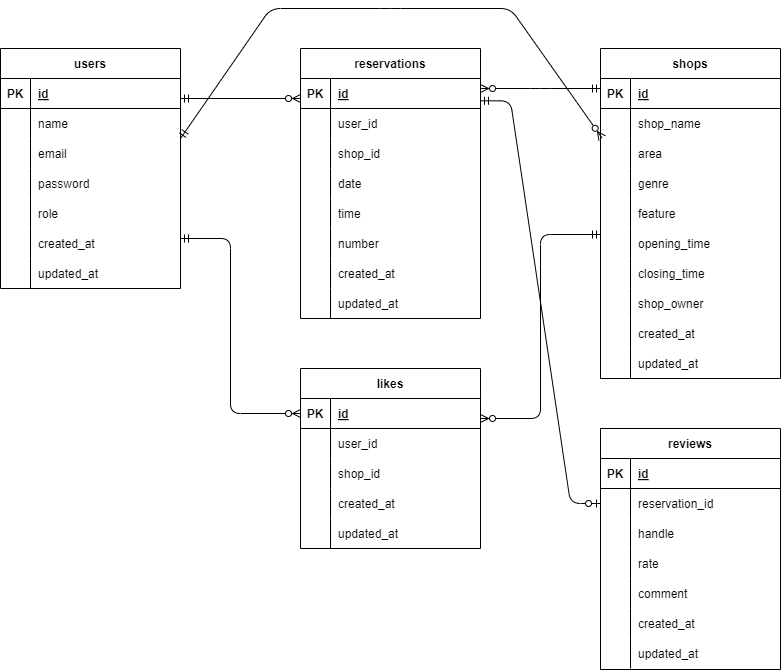
The draw.io diagram er.drawio.png in HarukoS/Rese, before a commit. Source tidied: cells renumbered, new cells last; positions are measured from the earlier drawing's top-left corner, leaving out a move shared by most shapes.
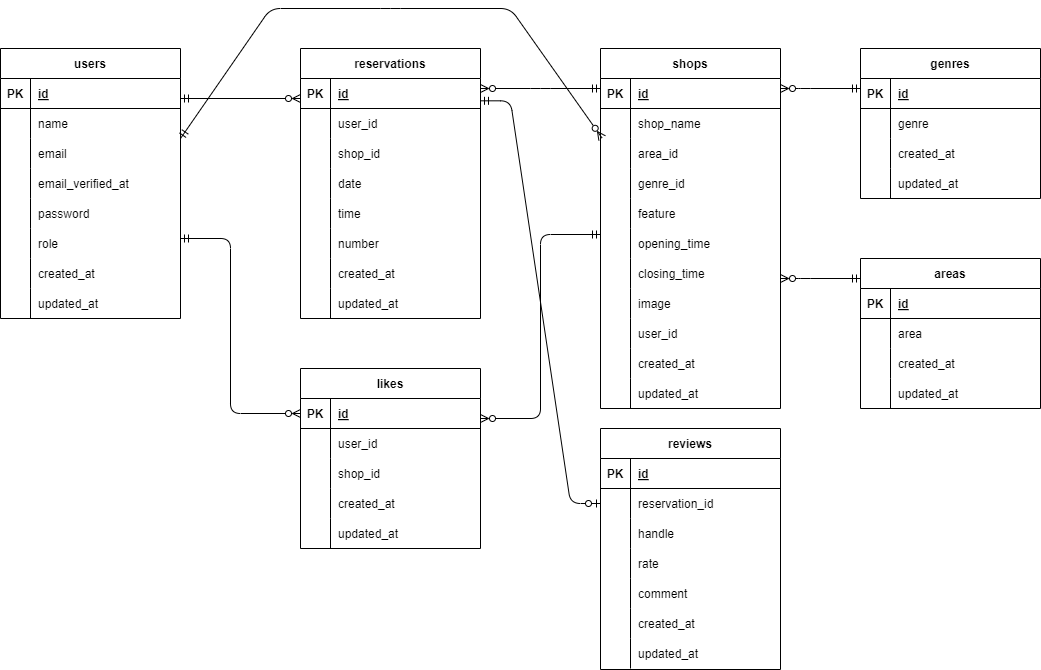
The same diagram one commit later.

Change to the diagram source:
```diff
@@ -3,7 +3,7 @@
     <mxCell id="0" />
     <mxCell id="1" parent="0" />
     <mxCell id="2" value="users" style="shape=table;startSize=30;rowLines=0;fontStyle=1;align=center;" parent="1" vertex="1">
-      <mxGeometry y="40" width="180" height="240" as="geometry" />
+      <mxGeometry y="40" width="180" height="270" as="geometry" />
     </mxCell>
     <mxCell id="3" style="shape=tableRow;horizontal=0;startSize=0;swimlaneHead=0;swimlaneBody=0;fillColor=none;top=0;left=0;right=0;bottom=1;" parent="2" vertex="1">
       <mxGeometry y="30" width="180" height="30" as="geometry" />
@@ -38,7 +38,7 @@
     <mxCell id="13" style="shape=partialRectangle;fillColor=none;top=0;left=0;bottom=0;right=0;overflow=hidden;" parent="12" vertex="1">
       <mxGeometry width="30" height="30" as="geometry" />
     </mxCell>
-    <mxCell id="14" value="password" style="shape=partialRectangle;fillColor=none;top=0;left=0;bottom=0;right=0;align=left;spacingLeft=6;overflow=hidden;" parent="12" vertex="1">
+    <mxCell id="14" value="email_verified_at" style="shape=partialRectangle;fillColor=none;top=0;left=0;bottom=0;right=0;align=left;spacingLeft=6;overflow=hidden;" parent="12" vertex="1">
       <mxGeometry x="30" width="150" height="30" as="geometry" />
     </mxCell>
     <mxCell id="15" style="shape=tableRow;horizontal=0;startSize=0;swimlaneHead=0;swimlaneBody=0;fillColor=none;top=0;left=0;right=0;bottom=0;" parent="2" vertex="1">
@@ -47,7 +47,7 @@
     <mxCell id="16" style="shape=partialRectangle;fillColor=none;top=0;left=0;bottom=0;right=0;overflow=hidden;" parent="15" vertex="1">
       <mxGeometry width="30" height="30" as="geometry" />
     </mxCell>
-    <mxCell id="17" value="role" style="shape=partialRectangle;fillColor=none;top=0;left=0;bottom=0;right=0;align=left;spacingLeft=6;overflow=hidden;" parent="15" vertex="1">
+    <mxCell id="17" value="password" style="shape=partialRectangle;fillColor=none;top=0;left=0;bottom=0;right=0;align=left;spacingLeft=6;overflow=hidden;" parent="15" vertex="1">
       <mxGeometry x="30" width="150" height="30" as="geometry" />
     </mxCell>
     <mxCell id="18" style="shape=tableRow;horizontal=0;startSize=0;swimlaneHead=0;swimlaneBody=0;fillColor=none;top=0;left=0;right=0;bottom=0;" parent="2" vertex="1">
@@ -56,7 +56,7 @@
     <mxCell id="19" style="shape=partialRectangle;fillColor=none;top=0;left=0;bottom=0;right=0;overflow=hidden;" parent="18" vertex="1">
       <mxGeometry width="30" height="30" as="geometry" />
     </mxCell>
-    <mxCell id="20" value="created_at" style="shape=partialRectangle;fillColor=none;top=0;left=0;bottom=0;right=0;align=left;spacingLeft=6;overflow=hidden;" parent="18" vertex="1">
+    <mxCell id="20" value="role" style="shape=partialRectangle;fillColor=none;top=0;left=0;bottom=0;right=0;align=left;spacingLeft=6;overflow=hidden;" parent="18" vertex="1">
       <mxGeometry x="30" width="150" height="30" as="geometry" />
     </mxCell>
     <mxCell id="21" style="shape=tableRow;horizontal=0;startSize=0;swimlaneHead=0;swimlaneBody=0;fillColor=none;top=0;left=0;right=0;bottom=0;" parent="2" vertex="1">
@@ -65,9 +65,18 @@
     <mxCell id="22" style="shape=partialRectangle;fillColor=none;top=0;left=0;bottom=0;right=0;overflow=hidden;" parent="21" vertex="1">
       <mxGeometry width="30" height="30" as="geometry" />
     </mxCell>
-    <mxCell id="23" value="updated_at" style="shape=partialRectangle;fillColor=none;top=0;left=0;bottom=0;right=0;align=left;spacingLeft=6;overflow=hidden;" parent="21" vertex="1">
+    <mxCell id="23" value="created_at" style="shape=partialRectangle;fillColor=none;top=0;left=0;bottom=0;right=0;align=left;spacingLeft=6;overflow=hidden;" parent="21" vertex="1">
       <mxGeometry x="30" width="150" height="30" as="geometry" />
     </mxCell>
+    <mxCell id="124" style="shape=tableRow;horizontal=0;startSize=0;swimlaneHead=0;swimlaneBody=0;fillColor=none;top=0;left=0;right=0;bottom=0;" parent="2" vertex="1">
+      <mxGeometry y="240" width="180" height="30" as="geometry" />
+    </mxCell>
+    <mxCell id="125" style="shape=partialRectangle;fillColor=none;top=0;left=0;bottom=0;right=0;overflow=hidden;" parent="124" vertex="1">
+      <mxGeometry width="30" height="30" as="geometry" />
+    </mxCell>
+    <mxCell id="126" value="updated_at" style="shape=partialRectangle;fillColor=none;top=0;left=0;bottom=0;right=0;align=left;spacingLeft=6;overflow=hidden;" parent="124" vertex="1">
+      <mxGeometry x="30" width="150" height="30" as="geometry" />
+    </mxCell>
     <mxCell id="24" value="reservations" style="shape=table;startSize=30;rowLines=0;fontStyle=1;align=center;" parent="1" vertex="1">
       <mxGeometry x="300" y="40" width="180" height="270" as="geometry" />
     </mxCell>
@@ -144,7 +153,7 @@
       <mxGeometry x="30" width="150" height="30" as="geometry" />
     </mxCell>
     <mxCell id="49" value="shops" style="shape=table;startSize=30;rowLines=0;fontStyle=1;align=center;" parent="1" vertex="1">
-      <mxGeometry x="600" y="40" width="180" height="330" as="geometry" />
+      <mxGeometry x="600" y="40" width="180" height="360" as="geometry" />
     </mxCell>
     <mxCell id="50" style="shape=tableRow;horizontal=0;startSize=0;swimlaneHead=0;swimlaneBody=0;fillColor=none;top=0;left=0;right=0;bottom=1;" parent="49" vertex="1">
       <mxGeometry y="30" width="180" height="30" as="geometry" />
@@ -170,7 +179,7 @@
     <mxCell id="57" style="shape=partialRectangle;fillColor=none;top=0;left=0;bottom=0;right=0;overflow=hidden;" parent="56" vertex="1">
       <mxGeometry width="30" height="30" as="geometry" />
     </mxCell>
-    <mxCell id="58" value="area" style="shape=partialRectangle;fillColor=none;top=0;left=0;bottom=0;right=0;align=left;spacingLeft=6;overflow=hidden;" parent="56" vertex="1">
+    <mxCell id="58" value="area_id" style="shape=partialRectangle;fillColor=none;top=0;left=0;bottom=0;right=0;align=left;spacingLeft=6;overflow=hidden;" parent="56" vertex="1">
       <mxGeometry x="30" width="150" height="30" as="geometry" />
     </mxCell>
     <mxCell id="59" style="shape=tableRow;horizontal=0;startSize=0;swimlaneHead=0;swimlaneBody=0;fillColor=none;top=0;left=0;right=0;bottom=0;" parent="49" vertex="1">
@@ -179,7 +188,7 @@
     <mxCell id="60" style="shape=partialRectangle;fillColor=none;top=0;left=0;bottom=0;right=0;overflow=hidden;" parent="59" vertex="1">
       <mxGeometry width="30" height="30" as="geometry" />
     </mxCell>
-    <mxCell id="61" value="genre" style="shape=partialRectangle;fillColor=none;top=0;left=0;bottom=0;right=0;align=left;spacingLeft=6;overflow=hidden;" parent="59" vertex="1">
+    <mxCell id="61" value="genre_id" style="shape=partialRectangle;fillColor=none;top=0;left=0;bottom=0;right=0;align=left;spacingLeft=6;overflow=hidden;" parent="59" vertex="1">
       <mxGeometry x="30" width="150" height="30" as="geometry" />
     </mxCell>
     <mxCell id="62" style="shape=tableRow;horizontal=0;startSize=0;swimlaneHead=0;swimlaneBody=0;fillColor=none;top=0;left=0;right=0;bottom=0;" parent="49" vertex="1">
@@ -215,7 +224,7 @@
     <mxCell id="72" style="shape=partialRectangle;fillColor=none;top=0;left=0;bottom=0;right=0;overflow=hidden;" parent="71" vertex="1">
       <mxGeometry width="30" height="30" as="geometry" />
     </mxCell>
-    <mxCell id="73" value="shop_owner" style="shape=partialRectangle;fillColor=none;top=0;left=0;bottom=0;right=0;align=left;spacingLeft=6;overflow=hidden;" parent="71" vertex="1">
+    <mxCell id="73" value="image" style="shape=partialRectangle;fillColor=none;top=0;left=0;bottom=0;right=0;align=left;spacingLeft=6;overflow=hidden;" parent="71" vertex="1">
       <mxGeometry x="30" width="150" height="30" as="geometry" />
     </mxCell>
     <mxCell id="74" style="shape=tableRow;horizontal=0;startSize=0;swimlaneHead=0;swimlaneBody=0;fillColor=none;top=0;left=0;right=0;bottom=0;" parent="49" vertex="1">
@@ -224,7 +233,7 @@
     <mxCell id="75" style="shape=partialRectangle;fillColor=none;top=0;left=0;bottom=0;right=0;overflow=hidden;" parent="74" vertex="1">
       <mxGeometry width="30" height="30" as="geometry" />
     </mxCell>
-    <mxCell id="76" value="created_at" style="shape=partialRectangle;fillColor=none;top=0;left=0;bottom=0;right=0;align=left;spacingLeft=6;overflow=hidden;" parent="74" vertex="1">
+    <mxCell id="76" value="user_id" style="shape=partialRectangle;fillColor=none;top=0;left=0;bottom=0;right=0;align=left;spacingLeft=6;overflow=hidden;" parent="74" vertex="1">
       <mxGeometry x="30" width="150" height="30" as="geometry" />
     </mxCell>
     <mxCell id="77" style="shape=tableRow;horizontal=0;startSize=0;swimlaneHead=0;swimlaneBody=0;fillColor=none;top=0;left=0;right=0;bottom=0;" parent="49" vertex="1">
@@ -233,9 +242,18 @@
     <mxCell id="78" style="shape=partialRectangle;fillColor=none;top=0;left=0;bottom=0;right=0;overflow=hidden;" parent="77" vertex="1">
       <mxGeometry width="30" height="30" as="geometry" />
     </mxCell>
-    <mxCell id="79" value="updated_at" style="shape=partialRectangle;fillColor=none;top=0;left=0;bottom=0;right=0;align=left;spacingLeft=6;overflow=hidden;" parent="77" vertex="1">
+    <mxCell id="79" value="created_at" style="shape=partialRectangle;fillColor=none;top=0;left=0;bottom=0;right=0;align=left;spacingLeft=6;overflow=hidden;" parent="77" vertex="1">
       <mxGeometry x="30" width="150" height="30" as="geometry" />
     </mxCell>
+    <mxCell id="127" style="shape=tableRow;horizontal=0;startSize=0;swimlaneHead=0;swimlaneBody=0;fillColor=none;top=0;left=0;right=0;bottom=0;" parent="49" vertex="1">
+      <mxGeometry y="330" width="180" height="30" as="geometry" />
+    </mxCell>
+    <mxCell id="128" style="shape=partialRectangle;fillColor=none;top=0;left=0;bottom=0;right=0;overflow=hidden;" parent="127" vertex="1">
+      <mxGeometry width="30" height="30" as="geometry" />
+    </mxCell>
+    <mxCell id="129" value="updated_at" style="shape=partialRectangle;fillColor=none;top=0;left=0;bottom=0;right=0;align=left;spacingLeft=6;overflow=hidden;" parent="127" vertex="1">
+      <mxGeometry x="30" width="150" height="30" as="geometry" />
+    </mxCell>
     <mxCell id="80" style="fontSize=12;html=1;endArrow=ERzeroToMany;startArrow=ERmandOne;endFill=0;" parent="1" edge="1">
       <mxGeometry relative="1" as="geometry">
         <mxPoint x="180" y="90" as="sourcePoint" />
@@ -397,5 +415,101 @@
         </Array>
       </mxGeometry>
     </mxCell>
+    <mxCell id="130" value="genres" style="shape=table;startSize=30;rowLines=0;fontStyle=1;align=center;" parent="1" vertex="1">
+      <mxGeometry x="860" y="40" width="180" height="150" as="geometry" />
+    </mxCell>
+    <mxCell id="131" style="shape=tableRow;horizontal=0;startSize=0;swimlaneHead=0;swimlaneBody=0;fillColor=none;top=0;left=0;right=0;bottom=1;" parent="130" vertex="1">
+      <mxGeometry y="30" width="180" height="30" as="geometry" />
+    </mxCell>
+    <mxCell id="132" value="PK" style="shape=partialRectangle;fillColor=none;top=0;left=0;bottom=0;right=0;fontStyle=1;overflow=hidden;" parent="131" vertex="1">
+      <mxGeometry width="30" height="30" as="geometry" />
+    </mxCell>
+    <mxCell id="133" value="id" style="shape=partialRectangle;fillColor=none;top=0;left=0;bottom=0;right=0;align=left;spacingLeft=6;fontStyle=5;overflow=hidden;" parent="131" vertex="1">
+      <mxGeometry x="30" width="150" height="30" as="geometry" />
+    </mxCell>
+    <mxCell id="134" style="shape=tableRow;horizontal=0;startSize=0;swimlaneHead=0;swimlaneBody=0;fillColor=none;top=0;left=0;right=0;bottom=0;" parent="130" vertex="1">
+      <mxGeometry y="60" width="180" height="30" as="geometry" />
+    </mxCell>
+    <mxCell id="135" style="shape=partialRectangle;fillColor=none;top=0;left=0;bottom=0;right=0;overflow=hidden;" parent="134" vertex="1">
+      <mxGeometry width="30" height="30" as="geometry" />
+    </mxCell>
+    <mxCell id="136" value="genre" style="shape=partialRectangle;fillColor=none;top=0;left=0;bottom=0;right=0;align=left;spacingLeft=6;overflow=hidden;" parent="134" vertex="1">
+      <mxGeometry x="30" width="150" height="30" as="geometry" />
+    </mxCell>
+    <mxCell id="137" style="shape=tableRow;horizontal=0;startSize=0;swimlaneHead=0;swimlaneBody=0;fillColor=none;top=0;left=0;right=0;bottom=0;" parent="130" vertex="1">
+      <mxGeometry y="90" width="180" height="30" as="geometry" />
+    </mxCell>
+    <mxCell id="138" style="shape=partialRectangle;fillColor=none;top=0;left=0;bottom=0;right=0;overflow=hidden;" parent="137" vertex="1">
+      <mxGeometry width="30" height="30" as="geometry" />
+    </mxCell>
+    <mxCell id="139" value="created_at" style="shape=partialRectangle;fillColor=none;top=0;left=0;bottom=0;right=0;align=left;spacingLeft=6;overflow=hidden;" parent="137" vertex="1">
+      <mxGeometry x="30" width="150" height="30" as="geometry" />
+    </mxCell>
+    <mxCell id="140" style="shape=tableRow;horizontal=0;startSize=0;swimlaneHead=0;swimlaneBody=0;fillColor=none;top=0;left=0;right=0;bottom=0;" parent="130" vertex="1">
+      <mxGeometry y="120" width="180" height="30" as="geometry" />
+    </mxCell>
+    <mxCell id="141" style="shape=partialRectangle;fillColor=none;top=0;left=0;bottom=0;right=0;overflow=hidden;" parent="140" vertex="1">
+      <mxGeometry width="30" height="30" as="geometry" />
+    </mxCell>
+    <mxCell id="142" value="updated_at" style="shape=partialRectangle;fillColor=none;top=0;left=0;bottom=0;right=0;align=left;spacingLeft=6;overflow=hidden;" parent="140" vertex="1">
+      <mxGeometry x="30" width="150" height="30" as="geometry" />
+    </mxCell>
+    <mxCell id="143" value="areas" style="shape=table;startSize=30;rowLines=0;fontStyle=1;align=center;" parent="1" vertex="1">
+      <mxGeometry x="860" y="250" width="180" height="150" as="geometry" />
+    </mxCell>
+    <mxCell id="144" style="shape=tableRow;horizontal=0;startSize=0;swimlaneHead=0;swimlaneBody=0;fillColor=none;top=0;left=0;right=0;bottom=1;" parent="143" vertex="1">
+      <mxGeometry y="30" width="180" height="30" as="geometry" />
+    </mxCell>
+    <mxCell id="145" value="PK" style="shape=partialRectangle;fillColor=none;top=0;left=0;bottom=0;right=0;fontStyle=1;overflow=hidden;" parent="144" vertex="1">
+      <mxGeometry width="30" height="30" as="geometry" />
+    </mxCell>
+    <mxCell id="146" value="id" style="shape=partialRectangle;fillColor=none;top=0;left=0;bottom=0;right=0;align=left;spacingLeft=6;fontStyle=5;overflow=hidden;" parent="144" vertex="1">
+      <mxGeometry x="30" width="150" height="30" as="geometry" />
+    </mxCell>
+    <mxCell id="147" style="shape=tableRow;horizontal=0;startSize=0;swimlaneHead=0;swimlaneBody=0;fillColor=none;top=0;left=0;right=0;bottom=0;" parent="143" vertex="1">
+      <mxGeometry y="60" width="180" height="30" as="geometry" />
+    </mxCell>
+    <mxCell id="148" style="shape=partialRectangle;fillColor=none;top=0;left=0;bottom=0;right=0;overflow=hidden;" parent="147" vertex="1">
+      <mxGeometry width="30" height="30" as="geometry" />
+    </mxCell>
+    <mxCell id="149" value="area" style="shape=partialRectangle;fillColor=none;top=0;left=0;bottom=0;right=0;align=left;spacingLeft=6;overflow=hidden;" parent="147" vertex="1">
+      <mxGeometry x="30" width="150" height="30" as="geometry" />
+    </mxCell>
+    <mxCell id="150" style="shape=tableRow;horizontal=0;startSize=0;swimlaneHead=0;swimlaneBody=0;fillColor=none;top=0;left=0;right=0;bottom=0;" parent="143" vertex="1">
+      <mxGeometry y="90" width="180" height="30" as="geometry" />
+    </mxCell>
+    <mxCell id="151" style="shape=partialRectangle;fillColor=none;top=0;left=0;bottom=0;right=0;overflow=hidden;" parent="150" vertex="1">
+      <mxGeometry width="30" height="30" as="geometry" />
+    </mxCell>
+    <mxCell id="152" value="created_at" style="shape=partialRectangle;fillColor=none;top=0;left=0;bottom=0;right=0;align=left;spacingLeft=6;overflow=hidden;" parent="150" vertex="1">
+      <mxGeometry x="30" width="150" height="30" as="geometry" />
+    </mxCell>
+    <mxCell id="153" style="shape=tableRow;horizontal=0;startSize=0;swimlaneHead=0;swimlaneBody=0;fillColor=none;top=0;left=0;right=0;bottom=0;" parent="143" vertex="1">
+      <mxGeometry y="120" width="180" height="30" as="geometry" />
+    </mxCell>
+    <mxCell id="154" style="shape=partialRectangle;fillColor=none;top=0;left=0;bottom=0;right=0;overflow=hidden;" parent="153" vertex="1">
+      <mxGeometry width="30" height="30" as="geometry" />
+    </mxCell>
+    <mxCell id="155" value="updated_at" style="shape=partialRectangle;fillColor=none;top=0;left=0;bottom=0;right=0;align=left;spacingLeft=6;overflow=hidden;" parent="153" vertex="1">
+      <mxGeometry x="30" width="150" height="30" as="geometry" />
+    </mxCell>
+    <mxCell id="156" style="fontSize=12;html=1;endArrow=ERzeroToMany;startArrow=ERmandOne;endFill=0;exitX=0;exitY=0.5;exitDx=0;exitDy=0;" parent="1" edge="1">
+      <mxGeometry relative="1" as="geometry">
+        <mxPoint x="860" y="80" as="sourcePoint" />
+        <mxPoint x="780" y="80" as="targetPoint" />
+        <Array as="points">
+          <mxPoint x="800" y="80" />
+        </Array>
+      </mxGeometry>
+    </mxCell>
+    <mxCell id="157" style="fontSize=12;html=1;endArrow=ERzeroToMany;startArrow=ERmandOne;endFill=0;exitX=0;exitY=0.5;exitDx=0;exitDy=0;" parent="1" edge="1">
+      <mxGeometry relative="1" as="geometry">
+        <mxPoint x="860" y="270" as="sourcePoint" />
+        <mxPoint x="780" y="270" as="targetPoint" />
+        <Array as="points">
+          <mxPoint x="800" y="270" />
+        </Array>
+      </mxGeometry>
+    </mxCell>
   </root>
 </mxGraphModel>
```
